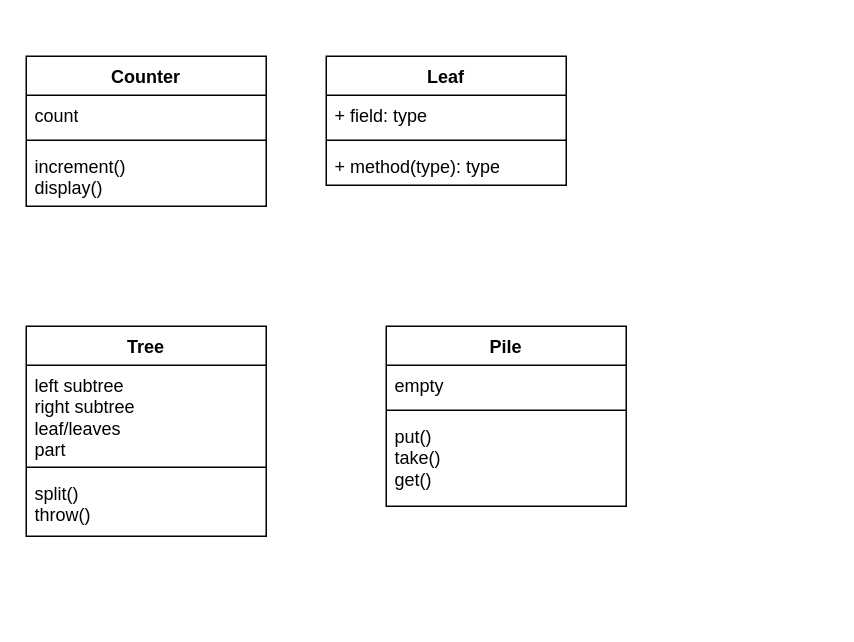
Before: tree.drawio in blunik/Architecture, a draw.io diagram. Source tidied: cells renumbered, new cells numbered last; positions are measured from the earlier drawing's top-left corner, leaving out a move shared by most shapes. Both pictures are drawn from the tidied source at 150%, with x=0, y=0 at pixel (26, 56).
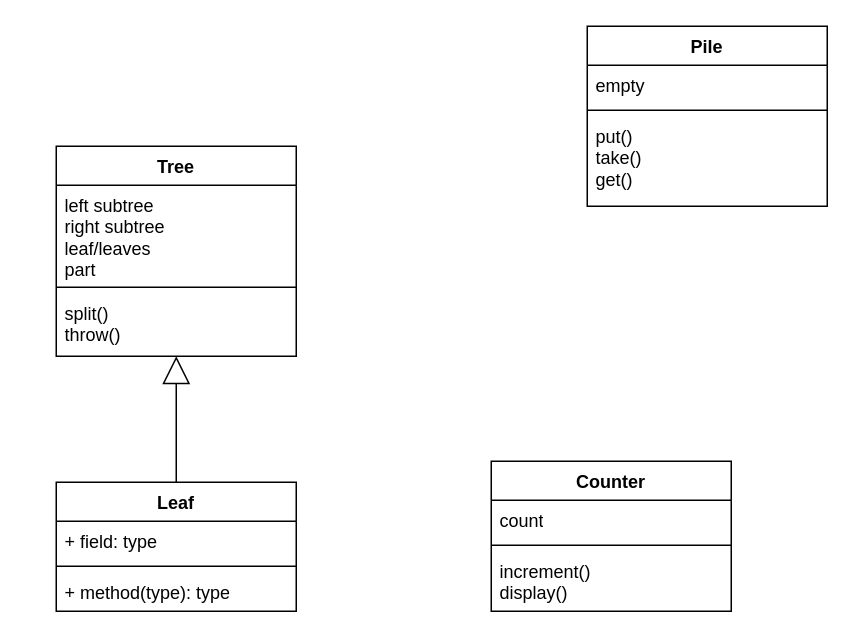
The same page after the edit.

What changed in the source:
```diff
@@
 <mxGraphModel>
   <root>
     <mxCell id="0" />
     <mxCell id="1" parent="0" />
     <mxCell id="2" value="Counter" style="swimlane;fontStyle=1;align=center;verticalAlign=top;horizontal=1;startSize=26;whiteSpace=wrap;html=1;" parent="1" vertex="1">
-      <mxGeometry width="160" height="100" as="geometry" />
+      <mxGeometry x="310" y="270" width="160" height="100" as="geometry" />
     </mxCell>
     <mxCell id="3" value="count" style="text;strokeColor=none;fillColor=none;align=left;verticalAlign=top;spacingLeft=4;spacingRight=4;overflow=hidden;whiteSpace=wrap;html=1;" parent="2" vertex="1">
       <mxGeometry y="26" width="160" height="26" as="geometry" />
     </mxCell>
     <mxCell id="4" style="line;strokeWidth=1;fillColor=none;align=left;verticalAlign=middle;spacingTop=-1;spacingLeft=3;spacingRight=3;labelPosition=right;strokeColor=inherit;" parent="2" vertex="1">
       <mxGeometry y="52" width="160" height="8" as="geometry" />
     </mxCell>
     <mxCell id="5" value="&lt;div&gt;increment()&lt;/div&gt;&lt;div&gt;display()&lt;br&gt;&lt;/div&gt;" style="text;strokeColor=none;fillColor=none;align=left;verticalAlign=top;spacingLeft=4;spacingRight=4;overflow=hidden;whiteSpace=wrap;html=1;" parent="2" vertex="1">
       <mxGeometry y="60" width="160" height="40" as="geometry" />
     </mxCell>
     <mxCell id="6" value="Leaf" style="swimlane;fontStyle=1;align=center;verticalAlign=top;horizontal=1;startSize=26;whiteSpace=wrap;html=1;" parent="1" vertex="1">
-      <mxGeometry x="200" width="160" height="86" as="geometry" />
+      <mxGeometry x="20" y="284" width="160" height="86" as="geometry" />
     </mxCell>
     <mxCell id="7" value="+ field: type" style="text;strokeColor=none;fillColor=none;align=left;verticalAlign=top;spacingLeft=4;spacingRight=4;overflow=hidden;whiteSpace=wrap;html=1;" parent="6" vertex="1">
       <mxGeometry y="26" width="160" height="26" as="geometry" />
     </mxCell>
     <mxCell id="8" style="line;strokeWidth=1;fillColor=none;align=left;verticalAlign=middle;spacingTop=-1;spacingLeft=3;spacingRight=3;labelPosition=right;strokeColor=inherit;" parent="6" vertex="1">
       <mxGeometry y="52" width="160" height="8" as="geometry" />
     </mxCell>
     <mxCell id="9" value="+ method(type): type" style="text;strokeColor=none;fillColor=none;align=left;verticalAlign=top;spacingLeft=4;spacingRight=4;overflow=hidden;whiteSpace=wrap;html=1;" parent="6" vertex="1">
       <mxGeometry y="60" width="160" height="26" as="geometry" />
     </mxCell>
     <mxCell id="10" value="Tree" style="swimlane;fontStyle=1;align=center;verticalAlign=top;horizontal=1;startSize=26;whiteSpace=wrap;html=1;" parent="1" vertex="1">
-      <mxGeometry y="180" width="160" height="140" as="geometry" />
+      <mxGeometry x="20" y="60" width="160" height="140" as="geometry" />
     </mxCell>
     <mxCell id="11" value="&lt;div&gt;left subtree&lt;/div&gt;&lt;div&gt;right subtree&lt;/div&gt;&lt;div&gt;leaf/leaves&lt;/div&gt;&lt;div&gt;part&lt;br&gt;&lt;/div&gt;" style="text;strokeColor=none;fillColor=none;align=left;verticalAlign=top;spacingLeft=4;spacingRight=4;overflow=hidden;whiteSpace=wrap;html=1;" parent="10" vertex="1">
       <mxGeometry y="26" width="160" height="64" as="geometry" />
     </mxCell>
     <mxCell id="12" style="line;strokeWidth=1;fillColor=none;align=left;verticalAlign=middle;spacingTop=-1;spacingLeft=3;spacingRight=3;labelPosition=right;strokeColor=inherit;" parent="10" vertex="1">
       <mxGeometry y="90" width="160" height="8" as="geometry" />
     </mxCell>
     <mxCell id="13" value="&lt;div&gt;split()&lt;/div&gt;&lt;div&gt;throw()&lt;br&gt;&lt;/div&gt;" style="text;strokeColor=none;fillColor=none;align=left;verticalAlign=top;spacingLeft=4;spacingRight=4;overflow=hidden;points=[[0,0.5],[1,0.5]];portConstraint=eastwest;whiteSpace=wrap;html=1;" parent="10" vertex="1">
       <mxGeometry y="98" width="160" height="42" as="geometry" />
     </mxCell>
     <mxCell id="14" value="Pile" style="swimlane;fontStyle=1;align=center;verticalAlign=top;horizontal=1;startSize=26;whiteSpace=wrap;html=1;" parent="1" vertex="1">
-      <mxGeometry x="240" y="180" width="160" height="120" as="geometry" />
+      <mxGeometry x="374" y="-20" width="160" height="120" as="geometry" />
     </mxCell>
     <mxCell id="15" value="empty" style="text;strokeColor=none;fillColor=none;align=left;verticalAlign=top;spacingLeft=4;spacingRight=4;overflow=hidden;whiteSpace=wrap;html=1;" parent="14" vertex="1">
       <mxGeometry y="26" width="160" height="26" as="geometry" />
     </mxCell>
     <mxCell id="16" style="line;strokeWidth=1;fillColor=none;align=left;verticalAlign=middle;spacingTop=-1;spacingLeft=3;spacingRight=3;labelPosition=right;strokeColor=inherit;" parent="14" vertex="1">
       <mxGeometry y="52" width="160" height="8" as="geometry" />
     </mxCell>
     <mxCell id="17" value="&lt;div&gt;put()&lt;/div&gt;&lt;div&gt;take()&lt;/div&gt;&lt;div&gt;get()&lt;br&gt;&lt;/div&gt;" style="text;strokeColor=none;fillColor=none;align=left;verticalAlign=top;spacingLeft=4;spacingRight=4;overflow=hidden;whiteSpace=wrap;html=1;" parent="14" vertex="1">
       <mxGeometry y="60" width="160" height="60" as="geometry" />
     </mxCell>
+    <mxCell id="18" style="endArrow=block;endSize=16;endFill=0;html=1;rounded=0;exitX=0.5;exitY=0;exitDx=0;exitDy=0;" parent="1" edge="1" source="6" target="13">
+      <mxGeometry relative="1" as="geometry" />
+    </mxCell>
   </root>
 </mxGraphModel>
```
